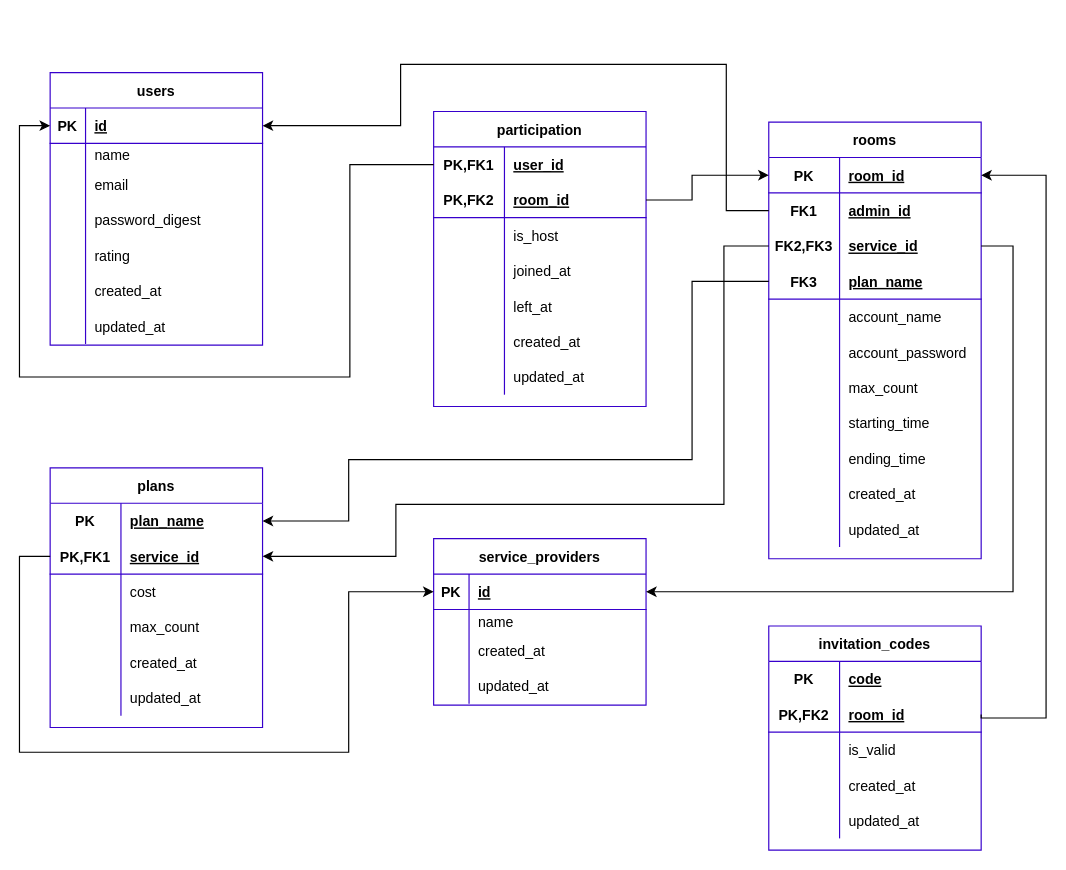
This is db/schema/table.drawio from billsgates/salamander, a draw.io file, before an edit. Source tidied: cells renumbered, new cells numbered last; positions are measured from the earlier drawing's top-left corner, leaving out a move shared by most shapes. Both pictures are drawn from the tidied source at 118%, with x=0, y=0 at pixel (19, 64).
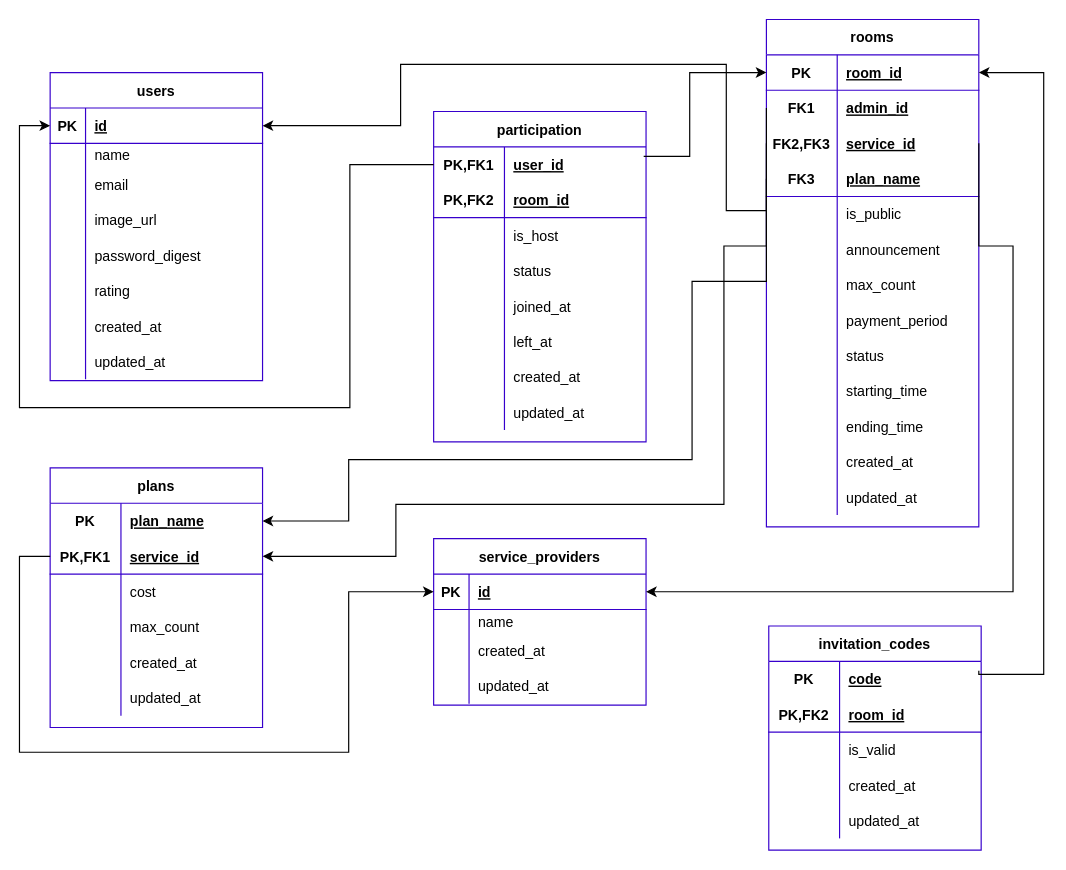
The same diagram, later.

Commit message (it also covers changes not shown here):
update swagger document and table schema

The change refers to these unchanged cells:
```xml
<mxCell id="3" style="shape=partialRectangle;top=0;left=0;bottom=1;right=0;points=[[0,0.5],[1,0.5]];portConstraint=eastwest;labelBorderColor=#000000;fontColor=#ffffff;fillColor=none;strokeColor=#3700CC;" parent="2" vertex="1">
  <mxGeometry y="30" width="180" height="30" as="geometry" />
</mxCell>
<mxCell id="57" style="shape=partialRectangle;fillColor=none;top=0;left=0;bottom=1;right=0;points=[[0,0.5],[1,0.5]];portConstraint=eastwest;strokeColor=#3700CC;" parent="56" vertex="1">
  <mxGeometry y="30" width="180" height="30" as="geometry" />
</mxCell>
<mxCell id="91" style="shape=partialRectangle;fillColor=none;top=0;left=0;bottom=0;right=0;points=[[0,0.5],[1,0.5]];portConstraint=eastwest;strokeColor=#3700CC;" parent="90" vertex="1">
  <mxGeometry y="30" width="180" height="30" as="geometry" />
</mxCell>
<mxCell id="94" style="shape=partialRectangle;fillColor=none;top=0;left=0;bottom=1;right=0;points=[[0,0.5],[1,0.5]];portConstraint=eastwest;strokeColor=#3700CC;" parent="90" vertex="1">
  <mxGeometry y="60" width="180" height="30" as="geometry" />
</mxCell>
<mxCell id="123" style="shape=partialRectangle;fillColor=none;top=0;left=0;bottom=1;right=0;points=[[0,0.5],[1,0.5]];portConstraint=eastwest;strokeColor=#3700CC;" parent="119" vertex="1">
  <mxGeometry y="60" width="180" height="30" as="geometry" />
</mxCell>
```

The edit, as a diff of the source:
```diff
@@
     <mxCell id="2" value="users" style="shape=table;startSize=30;childLayout=tableLayout;rowLines=0;fontStyle=1;align=center;labelBackgroundColor=none;strokeColor=#3700CC;swimlaneFillColor=#ffffff;fontColor=#000000;fillColor=#FFFFFF;" parent="1" vertex="1">
-      <mxGeometry x="26" y="7" width="180" height="231" as="geometry" />
+      <mxGeometry x="26" y="7" width="180" height="261" as="geometry" />
     </mxCell>
@@
+    <mxCell id="136" style="shape=partialRectangle;fillColor=none;top=0;left=0;bottom=0;right=0;" parent="2" vertex="1">
+      <mxGeometry y="110" width="180" height="30" as="geometry" />
+    </mxCell>
+    <mxCell id="137" style="shape=partialRectangle;fillColor=none;top=0;left=0;bottom=0;right=0;overflow=hidden;" parent="136" vertex="1">
+      <mxGeometry width="30" height="30" as="geometry" />
+    </mxCell>
+    <mxCell id="138" value="image_url" style="shape=partialRectangle;fillColor=none;top=0;left=0;bottom=0;right=0;align=left;spacingLeft=6;overflow=hidden;fontColor=#000000;" parent="136" vertex="1">
+      <mxGeometry x="30" width="150" height="30" as="geometry" />
+    </mxCell>
     <mxCell id="12" style="shape=partialRectangle;fillColor=none;top=0;left=0;bottom=0;right=0;" parent="2" vertex="1">
-      <mxGeometry y="110" width="180" height="30" as="geometry" />
+      <mxGeometry y="140" width="180" height="30" as="geometry" />
     </mxCell>
@@
     <mxCell id="15" style="shape=partialRectangle;fillColor=none;top=0;left=0;bottom=0;right=0;" parent="2" vertex="1">
-      <mxGeometry y="140" width="180" height="30" as="geometry" />
+      <mxGeometry y="170" width="180" height="30" as="geometry" />
     </mxCell>
@@
     <mxCell id="18" style="shape=partialRectangle;fillColor=none;top=0;left=0;bottom=0;right=0;" parent="2" vertex="1">
-      <mxGeometry y="170" width="180" height="30" as="geometry" />
+      <mxGeometry y="200" width="180" height="30" as="geometry" />
     </mxCell>
@@
     <mxCell id="21" style="shape=partialRectangle;fillColor=none;top=0;left=0;bottom=0;right=0;" parent="2" vertex="1">
-      <mxGeometry y="200" width="180" height="30" as="geometry" />
+      <mxGeometry y="230" width="180" height="30" as="geometry" />
     </mxCell>
@@
     <mxCell id="56" value="rooms" style="shape=table;startSize=30;childLayout=tableLayout;rowLines=0;fontStyle=1;align=center;shadow=0;labelBackgroundColor=none;strokeColor=#3700CC;fontColor=#000000;fillColor=#FFFFFF;swimlaneFillColor=#ffffff;" parent="1" vertex="1">
-      <mxGeometry x="635" y="49" width="180" height="370" as="geometry" />
+      <mxGeometry x="633" y="-38" width="180" height="430" as="geometry" />
     </mxCell>
@@
+    <mxCell id="139" style="shape=partialRectangle;fillColor=none;top=0;left=0;bottom=0;right=0;" parent="56" vertex="1">
+      <mxGeometry y="150" width="180" height="30" as="geometry" />
+    </mxCell>
+    <mxCell id="140" style="shape=partialRectangle;fillColor=none;top=0;left=0;bottom=0;right=0;overflow=hidden;fontColor=#000000;" parent="139" vertex="1">
+      <mxGeometry width="60" height="30" as="geometry" />
+    </mxCell>
+    <mxCell id="141" value="is_public" style="shape=partialRectangle;fillColor=none;top=0;left=0;bottom=0;right=0;align=left;spacingLeft=6;overflow=hidden;fontColor=#000000;" parent="139" vertex="1">
+      <mxGeometry x="60" width="120" height="30" as="geometry" />
+    </mxCell>
     <mxCell id="69" style="shape=partialRectangle;fillColor=none;top=0;left=0;bottom=0;right=0;" parent="56" vertex="1">
-      <mxGeometry y="150" width="180" height="30" as="geometry" />
+      <mxGeometry y="180" width="180" height="30" as="geometry" />
     </mxCell>
@@
-    <mxCell id="71" value="account_name" style="shape=partialRectangle;fillColor=none;top=0;left=0;bottom=0;right=0;align=left;spacingLeft=6;overflow=hidden;fontColor=#000000;" parent="69" vertex="1">
+    <mxCell id="71" value="announcement" style="shape=partialRectangle;fillColor=none;top=0;left=0;bottom=0;right=0;align=left;spacingLeft=6;overflow=hidden;fontColor=#000000;" parent="69" vertex="1">
       <mxGeometry x="60" width="120" height="30" as="geometry" />
     </mxCell>
-    <mxCell id="72" style="shape=partialRectangle;fillColor=none;top=0;left=0;bottom=0;right=0;" parent="56" vertex="1">
-      <mxGeometry y="180" width="180" height="30" as="geometry" />
-    </mxCell>
-    <mxCell id="73" style="shape=partialRectangle;fillColor=none;top=0;left=0;bottom=0;right=0;overflow=hidden;fontColor=#000000;" parent="72" vertex="1">
-      <mxGeometry width="60" height="30" as="geometry" />
-    </mxCell>
-    <mxCell id="74" value="account_password" style="shape=partialRectangle;fillColor=none;top=0;left=0;bottom=0;right=0;align=left;spacingLeft=6;overflow=hidden;fontColor=#000000;" parent="72" vertex="1">
-      <mxGeometry x="60" width="120" height="30" as="geometry" />
-    </mxCell>
@@
+    <mxCell id="142" style="shape=partialRectangle;fillColor=none;top=0;left=0;bottom=0;right=0;" parent="56" vertex="1">
+      <mxGeometry y="240" width="180" height="30" as="geometry" />
+    </mxCell>
+    <mxCell id="143" style="shape=partialRectangle;fillColor=none;top=0;left=0;bottom=0;right=0;overflow=hidden;fontColor=#000000;" parent="142" vertex="1">
+      <mxGeometry width="60" height="30" as="geometry" />
+    </mxCell>
+    <mxCell id="144" value="payment_period" style="shape=partialRectangle;fillColor=none;top=0;left=0;bottom=0;right=0;align=left;spacingLeft=6;overflow=hidden;fontColor=#000000;" parent="142" vertex="1">
+      <mxGeometry x="60" width="120" height="30" as="geometry" />
+    </mxCell>
+    <mxCell id="87" style="shape=partialRectangle;fillColor=none;top=0;left=0;bottom=0;right=0;" parent="56" vertex="1">
+      <mxGeometry y="270" width="180" height="30" as="geometry" />
+    </mxCell>
+    <mxCell id="88" style="shape=partialRectangle;fillColor=none;top=0;left=0;bottom=0;right=0;overflow=hidden;fontColor=#000000;" parent="87" vertex="1">
+      <mxGeometry width="60" height="30" as="geometry" />
+    </mxCell>
+    <mxCell id="89" value="status" style="shape=partialRectangle;fillColor=none;top=0;left=0;bottom=0;right=0;align=left;spacingLeft=6;overflow=hidden;fontColor=#000000;" parent="87" vertex="1">
+      <mxGeometry x="60" width="120" height="30" as="geometry" />
+    </mxCell>
     <mxCell id="78" style="shape=partialRectangle;fillColor=none;top=0;left=0;bottom=0;right=0;" parent="56" vertex="1">
-      <mxGeometry y="240" width="180" height="30" as="geometry" />
+      <mxGeometry y="300" width="180" height="30" as="geometry" />
     </mxCell>
@@
     <mxCell id="81" style="shape=partialRectangle;fillColor=none;top=0;left=0;bottom=0;right=0;" parent="56" vertex="1">
-      <mxGeometry y="270" width="180" height="30" as="geometry" />
+      <mxGeometry y="330" width="180" height="30" as="geometry" />
     </mxCell>
@@
     <mxCell id="84" style="shape=partialRectangle;fillColor=none;top=0;left=0;bottom=0;right=0;" parent="56" vertex="1">
-      <mxGeometry y="300" width="180" height="30" as="geometry" />
+      <mxGeometry y="360" width="180" height="30" as="geometry" />
     </mxCell>
@@
-    <mxCell id="87" style="shape=partialRectangle;fillColor=none;top=0;left=0;bottom=0;right=0;" parent="56" vertex="1">
-      <mxGeometry y="330" width="180" height="30" as="geometry" />
-    </mxCell>
-    <mxCell id="88" style="shape=partialRectangle;fillColor=none;top=0;left=0;bottom=0;right=0;overflow=hidden;fontColor=#000000;" parent="87" vertex="1">
-      <mxGeometry width="60" height="30" as="geometry" />
-    </mxCell>
-    <mxCell id="89" value="updated_at" style="shape=partialRectangle;fillColor=none;top=0;left=0;bottom=0;right=0;align=left;spacingLeft=6;overflow=hidden;fontColor=#000000;" parent="87" vertex="1">
-      <mxGeometry x="60" width="120" height="30" as="geometry" />
-    </mxCell>
+    <mxCell id="145" style="shape=partialRectangle;fillColor=none;top=0;left=0;bottom=0;right=0;" parent="56" vertex="1">
+      <mxGeometry y="390" width="180" height="30" as="geometry" />
+    </mxCell>
+    <mxCell id="146" style="shape=partialRectangle;fillColor=none;top=0;left=0;bottom=0;right=0;overflow=hidden;fontColor=#000000;" parent="145" vertex="1">
+      <mxGeometry width="60" height="30" as="geometry" />
+    </mxCell>
+    <mxCell id="147" value="updated_at" style="shape=partialRectangle;fillColor=none;top=0;left=0;bottom=0;right=0;align=left;spacingLeft=6;overflow=hidden;fontColor=#000000;" parent="145" vertex="1">
+      <mxGeometry x="60" width="120" height="30" as="geometry" />
+    </mxCell>
     <mxCell id="90" value="participation" style="shape=table;startSize=30;childLayout=tableLayout;rowLines=0;fontStyle=1;align=center;shadow=0;labelBackgroundColor=none;strokeColor=#3700CC;fontColor=#000000;fillColor=#FFFFFF;swimlaneFillColor=#ffffff;" parent="1" vertex="1">
-      <mxGeometry x="351" y="40" width="180" height="250" as="geometry" />
+      <mxGeometry x="351" y="40" width="180" height="280" as="geometry" />
     </mxCell>
@@
+    <mxCell id="148" style="shape=partialRectangle;fillColor=none;top=0;left=0;bottom=0;right=0;" parent="90" vertex="1">
+      <mxGeometry y="120" width="180" height="30" as="geometry" />
+    </mxCell>
+    <mxCell id="149" style="shape=partialRectangle;fillColor=none;top=0;left=0;bottom=0;right=0;overflow=hidden;fontColor=#000000;" parent="148" vertex="1">
+      <mxGeometry width="60" height="30" as="geometry" />
+    </mxCell>
+    <mxCell id="150" value="status" style="shape=partialRectangle;fillColor=none;top=0;left=0;bottom=0;right=0;align=left;spacingLeft=6;overflow=hidden;fontColor=#000000;" parent="148" vertex="1">
+      <mxGeometry x="60" width="120" height="30" as="geometry" />
+    </mxCell>
     <mxCell id="100" style="shape=partialRectangle;fillColor=none;top=0;left=0;bottom=0;right=0;" parent="90" vertex="1">
-      <mxGeometry y="120" width="180" height="30" as="geometry" />
+      <mxGeometry y="150" width="180" height="30" as="geometry" />
     </mxCell>
@@
     <mxCell id="103" style="shape=partialRectangle;fillColor=none;top=0;left=0;bottom=0;right=0;" parent="90" vertex="1">
-      <mxGeometry y="150" width="180" height="30" as="geometry" />
+      <mxGeometry y="180" width="180" height="30" as="geometry" />
     </mxCell>
@@
     <mxCell id="106" style="shape=partialRectangle;fillColor=none;top=0;left=0;bottom=0;right=0;" parent="90" vertex="1">
-      <mxGeometry y="180" width="180" height="30" as="geometry" />
+      <mxGeometry y="210" width="180" height="30" as="geometry" />
     </mxCell>
@@
     <mxCell id="109" style="shape=partialRectangle;fillColor=none;top=0;left=0;bottom=0;right=0;" parent="90" vertex="1">
-      <mxGeometry y="210" width="180" height="30" as="geometry" />
+      <mxGeometry y="240" width="180" height="30" as="geometry" />
     </mxCell>
@@
-    <mxCell id="112" style="edgeStyle=orthogonalEdgeStyle;rounded=0;jettySize=auto;html=1;exitX=1;exitY=0.5;exitDx=0;exitDy=0;entryX=0;entryY=0.5;entryDx=0;entryDy=0;strokeColor=#000000;fontColor=#000000;" parent="1" edge="1" source="94" target="57">
+    <mxCell id="112" style="edgeStyle=orthogonalEdgeStyle;rounded=0;jettySize=auto;html=1;exitX=1;exitY=0.5;exitDx=0;exitDy=0;entryX=0;entryY=0.5;entryDx=0;entryDy=0;strokeColor=#000000;fontColor=#000000;" parent="1" edge="1" target="57">
       <mxGeometry relative="1" as="geometry">
+        <mxPoint x="529" y="78" as="sourcePoint" />
         <Array as="points">
-          <mxPoint x="570" y="115" />
-          <mxPoint x="570" y="94" />
+          <mxPoint x="568" y="78" />
+          <mxPoint x="568" y="7" />
         </Array>
       </mxGeometry>
     </mxCell>
@@
     <mxCell id="117" style="edgeStyle=orthogonalEdgeStyle;rounded=0;jettySize=auto;html=1;exitX=0;exitY=0.5;exitDx=0;exitDy=0;strokeColor=#000000;fontColor=#000000;entryX=0;entryY=0.5;entryDx=0;entryDy=0;" parent="1" edge="1" source="91" target="3">
       <mxGeometry relative="1" as="geometry">
         <Array as="points">
           <mxPoint x="280" y="85" />
-          <mxPoint x="280" y="265" />
-          <mxPoint y="265" />
+          <mxPoint x="280" y="291" />
+          <mxPoint y="291" />
           <mxPoint y="52" />
         </Array>
       </mxGeometry>
     </mxCell>
@@
-    <mxCell id="135" style="edgeStyle=orthogonalEdgeStyle;rounded=0;jettySize=auto;html=1;exitX=1;exitY=0.5;exitDx=0;exitDy=0;entryX=1;entryY=0.5;entryDx=0;entryDy=0;strokeColor=#000000;" parent="1" edge="1" source="123" target="57">
+    <mxCell id="135" style="edgeStyle=orthogonalEdgeStyle;rounded=0;jettySize=auto;html=1;exitX=1;exitY=0.5;exitDx=0;exitDy=0;entryX=1;entryY=0.5;entryDx=0;entryDy=0;strokeColor=#000000;" parent="1" edge="1" target="57">
       <mxGeometry relative="1" as="geometry">
+        <mxPoint x="813" y="514" as="sourcePoint" />
         <Array as="points">
-          <mxPoint x="870" y="554" />
-          <mxPoint x="870" y="94" />
+          <mxPoint x="813" y="517" />
+          <mxPoint x="868" y="517" />
+          <mxPoint x="868" y="7" />
         </Array>
       </mxGeometry>
     </mxCell>
```
